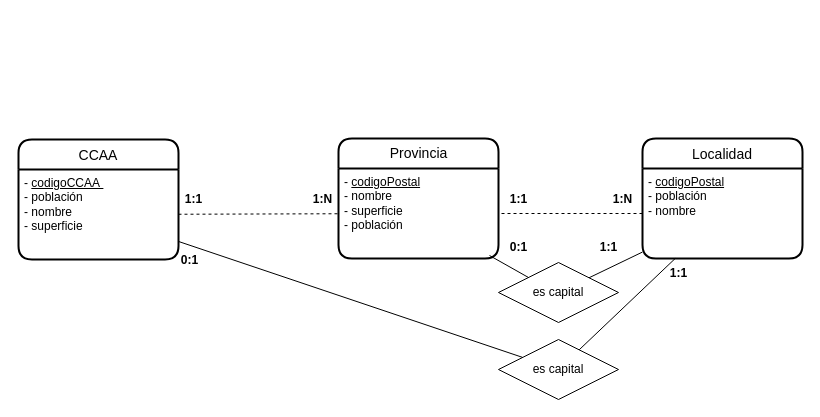
This is ex03.drawio from JuanMarinG/TA12_MYSQL, a draw.io file, before an edit. Source tidied: cells renumbered, new cells numbered last; positions are measured from the earlier drawing's top-left corner, leaving out a move shared by most shapes. Both pictures are drawn from the tidied source at 100%, with x=0, y=0 at pixel (18, 138).
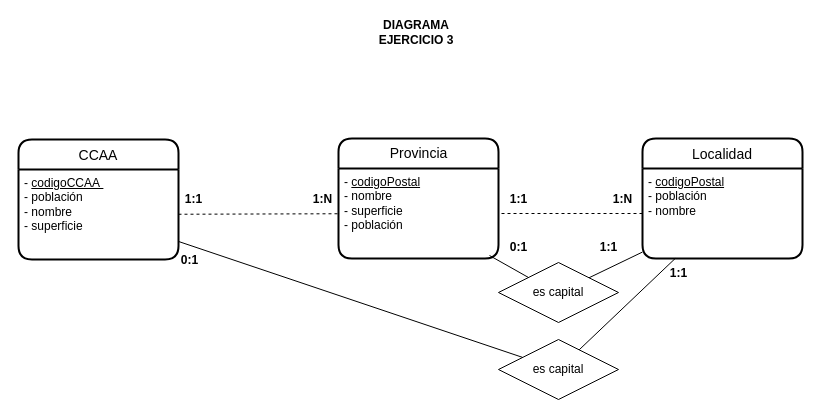
The same page after the edit.

Commit message:
titulo diagrama

Diff of the diagram source:
```diff
@@
+    <mxCell id="24" value="&lt;b&gt;DIAGRAMA EJERCICIO 3&lt;/b&gt;" style="text;html=1;strokeColor=none;fillColor=none;align=center;verticalAlign=middle;whiteSpace=wrap;rounded=0;" parent="1" vertex="1">
+      <mxGeometry x="340" y="-121" width="116" height="30" as="geometry" />
+    </mxCell>
```
